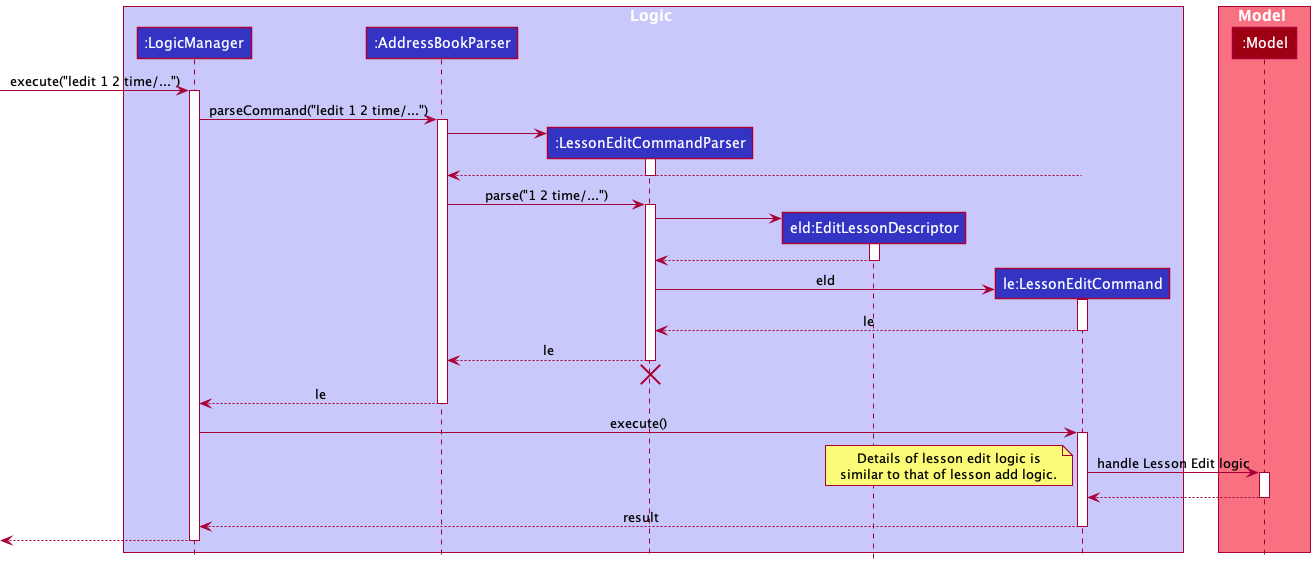
nus-cs2103-AY2122S1/tp keeps this PlantUML diagram as docs/images/LessonEditSequenceDiagram.png. Above is the earlier version.
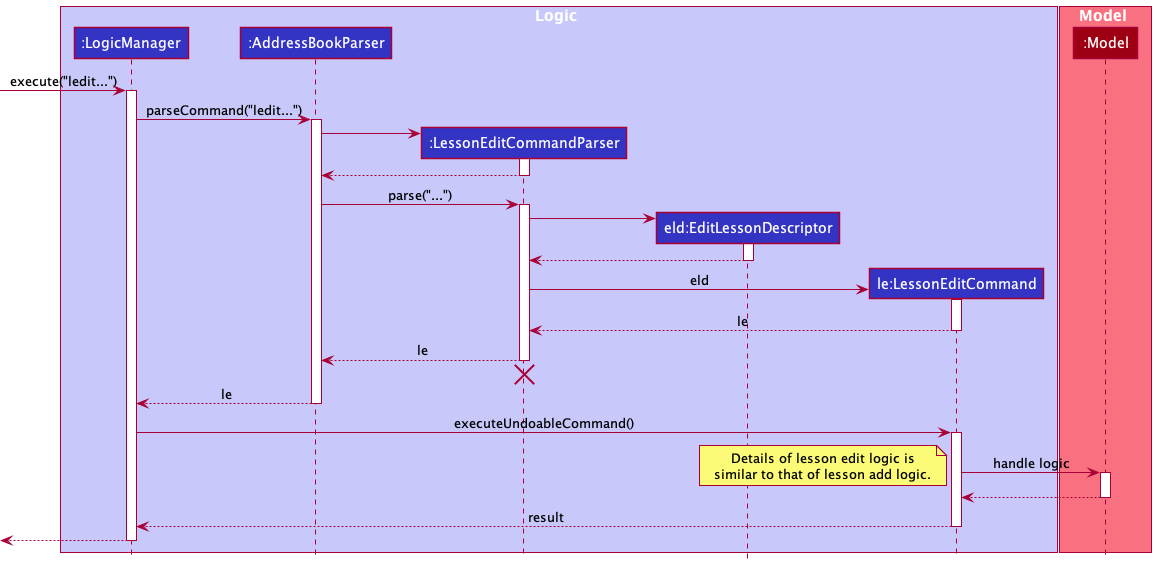
Above is the later version.

Commit message:
Update diagrams for ladd and ledit

What changed in the source:
```diff
@@ -14,20 +14,20 @@
 participant ":Model" as Model MODEL_COLOR
 end box
 
-[-> LogicManager : execute("ledit 1 2 time/...")
+[-> LogicManager : execute("ledit...")
 activate LogicManager
 
-LogicManager -> AddressBookParser : parseCommand("ledit 1 2 time/...")
+LogicManager -> AddressBookParser : parseCommand("ledit...")
 activate AddressBookParser
 
 create LessonEditCommandParser
 AddressBookParser -> LessonEditCommandParser
 activate LessonEditCommandParser
 
-LessonEditCommand --> AddressBookParser
+LessonEditCommandParser --> AddressBookParser
 deactivate LessonEditCommandParser
 
-AddressBookParser -> LessonEditCommandParser : parse("1 2 time/...")
+AddressBookParser -> LessonEditCommandParser : parse("...")
 activate LessonEditCommandParser
 
 create EditLessonDescriptor
@@ -52,10 +52,10 @@
 AddressBookParser --> LogicManager : le
 deactivate AddressBookParser
 
-LogicManager -> LessonEditCommand : execute()
+LogicManager -> LessonEditCommand : executeUndoableCommand()
 activate LessonEditCommand
 
-LessonEditCommand -> Model : handle Lesson Edit logic
+LessonEditCommand -> Model : handle logic
 activate Model
 
 note bottom
```
